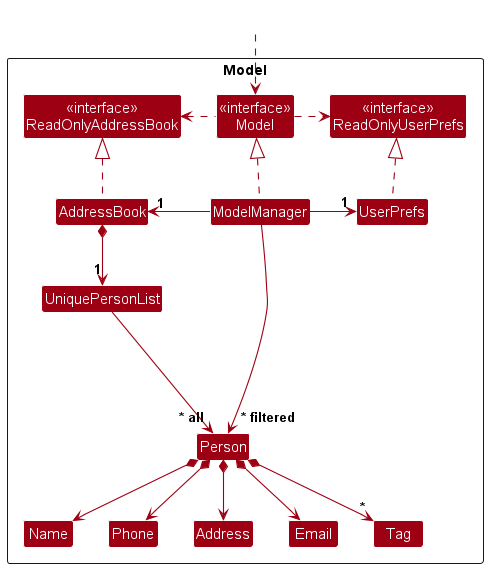
Earlier version of the PlantUML export docs/images/ModelClassDiagram.png (nus-cs2103-AY2324S2/tp).
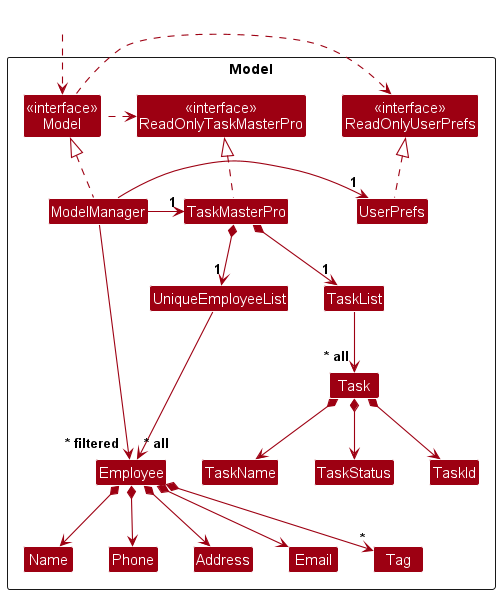
After the change.

The edit, as a diff of the source:
```diff
@@ -5,15 +5,20 @@
 skinparam classBackgroundColor MODEL_COLOR
 
 Package Model as ModelPackage <<Rectangle>>{
-Class "<<interface>>\nReadOnlyAddressBook" as ReadOnlyAddressBook
+Class "<<interface>>\nReadOnlyTaskMasterPro" as ReadOnlyTaskMasterPro
 Class "<<interface>>\nReadOnlyUserPrefs" as ReadOnlyUserPrefs
 Class "<<interface>>\nModel" as Model
-Class AddressBook
+Class TaskMasterPro
 Class ModelManager
 Class UserPrefs
 
-Class UniquePersonList
-Class Person
+Class UniqueEmployeeList
+Class TaskList
+Class Employee
+Class Task
+Class TaskId
+Class TaskName
+Class TaskStatus
 Class Address
 Class Email
 Class Name
@@ -26,29 +31,34 @@
 Class HiddenOutside #FFFFFF
 HiddenOutside ..> Model
 
-AddressBook .up.|> ReadOnlyAddressBook
+TaskMasterPro .up.|> ReadOnlyTaskMasterPro
 
 ModelManager .up.|> Model
 Model .right.> ReadOnlyUserPrefs
-Model .left.> ReadOnlyAddressBook
-ModelManager -left-> "1" AddressBook
+Model .left.> ReadOnlyTaskMasterPro
+ModelManager -left-> "1" TaskMasterPro
 ModelManager -right-> "1" UserPrefs
 UserPrefs .up.|> ReadOnlyUserPrefs
 
-AddressBook *--> "1" UniquePersonList
-UniquePersonList --> "~* all" Person
-Person *--> Name
-Person *--> Phone
-Person *--> Email
-Person *--> Address
-Person *--> "*" Tag
+TaskMasterPro *--> "1" UniqueEmployeeList
+TaskMasterPro *--> "1" TaskList
+UniqueEmployeeList --> "~* all" Employee
+TaskList --> "~* all" Task
+Employee *--> Name
+Employee *--> Phone
+Employee *--> Email
+Employee *--> Address
+Employee *--> "*" Tag
+Task *--> TaskName
+Task *--> TaskStatus
+Task *--> TaskId
 
-Person -[hidden]up--> I
-UniquePersonList -[hidden]right-> I
+Employee -[hidden]up--> I
+UniqueEmployeeList -[hidden]right-> I
 
 Name -[hidden]right-> Phone
 Phone -[hidden]right-> Address
 Address -[hidden]right-> Email
 
-ModelManager --> "~* filtered" Person
+ModelManager --> "~* filtered" Employee
 @enduml
```
